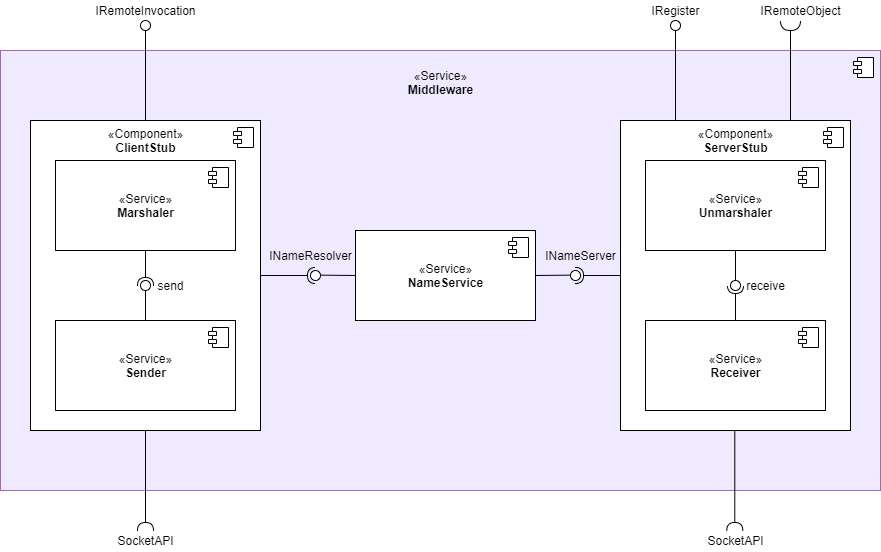
Above: Doku/images/Middleware_Ebene2.png in KjellooMelloo/gameoftrons (draw.io), before the change. Source tidied: cells renumbered, new cells last; positions are measured from the earlier drawing's top-left corner, leaving out a move shared by most shapes.
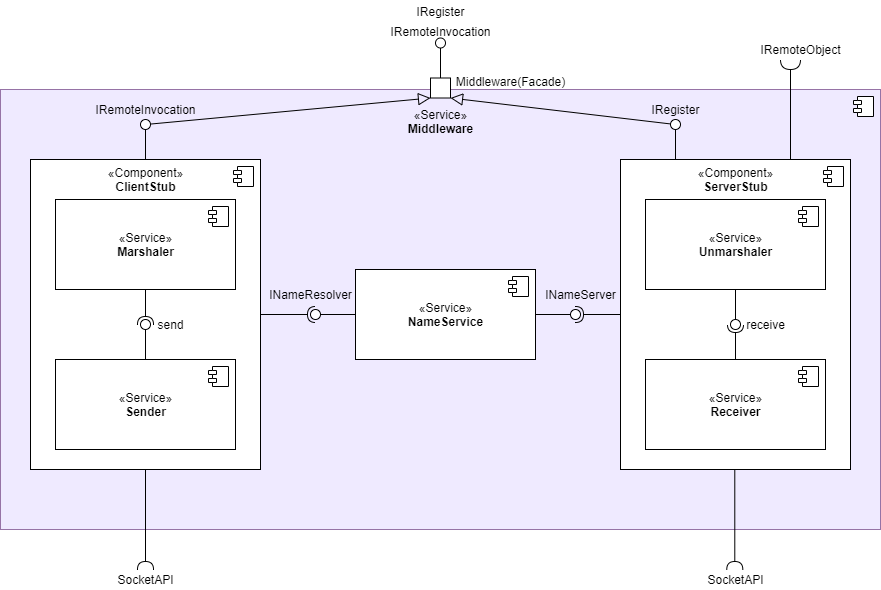
Later version of the same file.

Commit message:
added facade pattern to MW

What changed in the source:
```diff
@@ -58,110 +58,133 @@
         <mxPoint x="-27" y="7" as="offset" />
       </mxGeometry>
     </mxCell>
-    <mxCell id="16" style="ellipse;whiteSpace=wrap;html=1;fontFamily=Helvetica;fontSize=12;fontColor=#000000;align=center;strokeColor=#000000;fillColor=#ffffff;points=[];spacing=2;strokeWidth=1;" parent="1" vertex="1">
-      <mxGeometry x="140" y="20" width="10" height="10" as="geometry" />
+    <mxCell id="16" style="edgeStyle=none;rounded=0;jettySize=auto;html=1;entryX=0;entryY=1;entryDx=0;entryDy=0;endArrow=block;endFill=0;endSize=10;" parent="1" edge="1" source="17" target="50">
+      <mxGeometry relative="1" as="geometry" />
     </mxCell>
-    <mxCell id="17" style="rounded=0;jettySize=auto;html=1;endArrow=none;endFill=0;exitX=0.5;exitY=0;exitDx=0;exitDy=0;entryX=0.5;entryY=1;entryDx=0;entryDy=0;entryPerimeter=0;" parent="1" edge="1" source="6" target="16">
-      <mxGeometry relative="1" as="geometry" />
+    <mxCell id="17" style="ellipse;whiteSpace=wrap;html=1;fontFamily=Helvetica;fontSize=12;fontColor=#000000;align=center;strokeColor=#000000;fillColor=#ffffff;points=[];spacing=2;strokeWidth=1;" parent="1" vertex="1">
+      <mxGeometry x="140" y="80" width="10" height="10" as="geometry" />
     </mxCell>
-    <mxCell id="18" value="IRemoteInvocation" style="text;html=1;align=center;verticalAlign=middle;fontSize=12;" parent="1" vertex="1">
-      <mxGeometry x="85" width="120" height="20" as="geometry" />
+    <mxCell id="18" style="rounded=0;jettySize=auto;html=1;endArrow=none;endFill=0;exitX=0.5;exitY=0;exitDx=0;exitDy=0;entryX=0.5;entryY=1;entryDx=0;entryDy=0;entryPerimeter=0;" parent="1" edge="1" source="6" target="17">
+      <mxGeometry relative="1" as="geometry" />
     </mxCell>
-    <mxCell id="19" style="rounded=0;jettySize=auto;html=1;endArrow=none;endFill=0;fontSize=12;exitX=0.5;exitY=0;exitDx=0;exitDy=0;" parent="1" edge="1" source="12" target="21">
-      <mxGeometry relative="1" as="geometry" />
+    <mxCell id="19" value="IRemoteInvocation" style="text;html=1;align=center;verticalAlign=middle;fontSize=12;" parent="1" vertex="1">
+      <mxGeometry x="85" y="60" width="120" height="20" as="geometry" />
     </mxCell>
-    <mxCell id="20" style="rounded=0;jettySize=auto;html=1;endArrow=halfCircle;endFill=0;entryX=0.5;entryY=0.5;entryDx=0;entryDy=0;endSize=6;strokeWidth=1;fontSize=12;exitX=0.5;exitY=1;exitDx=0;exitDy=0;" parent="1" edge="1" source="8" target="21">
+    <mxCell id="20" style="rounded=0;jettySize=auto;html=1;endArrow=none;endFill=0;fontSize=12;exitX=0.5;exitY=0;exitDx=0;exitDy=0;" parent="1" edge="1" source="12" target="22">
       <mxGeometry relative="1" as="geometry" />
     </mxCell>
-    <mxCell id="21" style="ellipse;whiteSpace=wrap;html=1;fontFamily=Helvetica;fontSize=12;fontColor=#000000;align=center;strokeColor=#000000;fillColor=#ffffff;points=[];" parent="1" vertex="1">
-      <mxGeometry x="140" y="280" width="10" height="10" as="geometry" />
+    <mxCell id="21" style="rounded=0;jettySize=auto;html=1;endArrow=halfCircle;endFill=0;entryX=0.5;entryY=0.5;entryDx=0;entryDy=0;endSize=6;strokeWidth=1;fontSize=12;exitX=0.5;exitY=1;exitDx=0;exitDy=0;" parent="1" edge="1" source="8" target="22">
+      <mxGeometry relative="1" as="geometry" />
     </mxCell>
-    <mxCell id="22" value="send" style="text;html=1;align=center;verticalAlign=middle;points=[];fontSize=12;" parent="1" vertex="1">
-      <mxGeometry x="150" y="275" width="40" height="20" as="geometry" />
+    <mxCell id="22" style="ellipse;whiteSpace=wrap;html=1;fontFamily=Helvetica;fontSize=12;fontColor=#000000;align=center;strokeColor=#000000;fillColor=#ffffff;points=[];" parent="1" vertex="1">
+      <mxGeometry x="140" y="280" width="10" height="10" as="geometry" />
     </mxCell>
-    <mxCell id="23" style="rounded=0;jettySize=auto;html=1;endArrow=none;endFill=0;fontSize=12;exitX=0.5;exitY=1;exitDx=0;exitDy=0;" parent="1" edge="1" source="10" target="25">
-      <mxGeometry relative="1" as="geometry" />
+    <mxCell id="23" value="send" style="text;html=1;align=center;verticalAlign=middle;fontSize=12;" parent="1" vertex="1">
+      <mxGeometry x="150" y="275" width="40" height="20" as="geometry" />
     </mxCell>
-    <mxCell id="24" style="rounded=0;jettySize=auto;html=1;endArrow=halfCircle;endFill=0;entryX=0.5;entryY=0.5;entryDx=0;entryDy=0;endSize=6;strokeWidth=1;fontSize=12;exitX=0.5;exitY=0;exitDx=0;exitDy=0;" parent="1" edge="1" source="14" target="25">
+    <mxCell id="24" style="rounded=0;jettySize=auto;html=1;endArrow=none;endFill=0;fontSize=12;exitX=0.5;exitY=1;exitDx=0;exitDy=0;" parent="1" edge="1" source="10" target="26">
       <mxGeometry relative="1" as="geometry" />
     </mxCell>
-    <mxCell id="25" style="ellipse;whiteSpace=wrap;html=1;fontFamily=Helvetica;fontSize=12;fontColor=#000000;align=center;strokeColor=#000000;fillColor=#ffffff;points=[];" parent="1" vertex="1">
-      <mxGeometry x="730" y="280" width="10" height="10" as="geometry" />
+    <mxCell id="25" style="rounded=0;jettySize=auto;html=1;endArrow=halfCircle;endFill=0;entryX=0.5;entryY=0.5;entryDx=0;entryDy=0;endSize=6;strokeWidth=1;fontSize=12;exitX=0.5;exitY=0;exitDx=0;exitDy=0;" parent="1" edge="1" source="14" target="26">
+      <mxGeometry relative="1" as="geometry" />
     </mxCell>
-    <mxCell id="26" value="receive" style="text;html=1;align=center;verticalAlign=middle;points=[];fontSize=12;" parent="1" vertex="1">
-      <mxGeometry x="740" y="275" width="50" height="20" as="geometry" />
+    <mxCell id="26" style="ellipse;whiteSpace=wrap;html=1;fontFamily=Helvetica;fontSize=12;fontColor=#000000;align=center;strokeColor=#000000;fillColor=#ffffff;points=[];" parent="1" vertex="1">
+      <mxGeometry x="730" y="280" width="10" height="10" as="geometry" />
     </mxCell>
-    <mxCell id="27" style="rounded=0;jettySize=auto;html=1;endArrow=halfCircle;endFill=0;endSize=6;strokeWidth=1;fontSize=12;exitX=0.5;exitY=1;exitDx=0;exitDy=0;" parent="1" edge="1" source="6">
-      <mxGeometry relative="1" as="geometry">
-        <mxPoint x="145" y="530" as="targetPoint" />
-      </mxGeometry>
+    <mxCell id="27" value="receive" style="text;html=1;align=center;verticalAlign=middle;fontSize=12;" parent="1" vertex="1">
+      <mxGeometry x="740" y="275" width="50" height="20" as="geometry" />
     </mxCell>
-    <mxCell id="28" value="SocketAPI" style="text;html=1;align=center;verticalAlign=middle;fontSize=12;" parent="1" vertex="1">
-      <mxGeometry x="110" y="530" width="70" height="20" as="geometry" />
+    <mxCell id="28" style="rounded=0;jettySize=auto;html=1;endArrow=halfCircle;endFill=0;endSize=6;strokeWidth=1;fontSize=12;exitX=0.5;exitY=1;exitDx=0;exitDy=0;" parent="1" edge="1" source="6">
+      <mxGeometry relative="1" as="geometry">
+        <mxPoint x="145" y="530" as="targetPoint" />
+      </mxGeometry>
     </mxCell>
-    <mxCell id="29" value="IRegister" style="text;html=1;align=center;verticalAlign=middle;fontSize=12;" parent="1" vertex="1">
-      <mxGeometry x="645" width="60" height="20" as="geometry" />
+    <mxCell id="29" value="SocketAPI" style="text;html=1;align=center;verticalAlign=middle;fontSize=12;" parent="1" vertex="1">
+      <mxGeometry x="110" y="530" width="70" height="20" as="geometry" />
     </mxCell>
-    <mxCell id="30" style="rounded=0;jettySize=auto;html=1;endArrow=none;endFill=0;exitX=0.5;exitY=0;exitDx=0;exitDy=0;entryX=0.5;entryY=1;entryDx=0;entryDy=0;entryPerimeter=0;" parent="1" edge="1" target="31">
-      <mxGeometry relative="1" as="geometry">
-        <mxPoint x="675" y="120" as="sourcePoint" />
-      </mxGeometry>
+    <mxCell id="30" value="IRegister" style="text;html=1;align=center;verticalAlign=middle;fontSize=12;" parent="1" vertex="1">
+      <mxGeometry x="645" y="60" width="60" height="20" as="geometry" />
     </mxCell>
-    <mxCell id="31" style="ellipse;whiteSpace=wrap;html=1;fontFamily=Helvetica;fontSize=12;fontColor=#000000;align=center;strokeColor=#000000;fillColor=#ffffff;points=[];spacing=2;strokeWidth=1;" parent="1" vertex="1">
-      <mxGeometry x="670" y="20" width="10" height="10" as="geometry" />
+    <mxCell id="31" style="rounded=0;jettySize=auto;html=1;endArrow=none;endFill=0;exitX=0.5;exitY=0;exitDx=0;exitDy=0;entryX=0.5;entryY=1;entryDx=0;entryDy=0;entryPerimeter=0;" parent="1" edge="1" target="33">
+      <mxGeometry relative="1" as="geometry">
+        <mxPoint x="675" y="120" as="sourcePoint" />
+      </mxGeometry>
     </mxCell>
-    <mxCell id="32" value="IRemoteObject" style="text;html=1;align=center;verticalAlign=middle;fontSize=12;" parent="1" vertex="1">
-      <mxGeometry x="750" width="100" height="20" as="geometry" />
+    <mxCell id="32" style="edgeStyle=none;rounded=0;jettySize=auto;html=1;entryX=1;entryY=1;entryDx=0;entryDy=0;endArrow=block;endFill=0;endSize=10;" parent="1" edge="1" source="33" target="50">
+      <mxGeometry relative="1" as="geometry" />
     </mxCell>
-    <mxCell id="33" style="rounded=0;orthogonalLoop=1;jettySize=auto;html=1;endArrow=none;endFill=0;exitX=0.5;exitY=0;exitDx=0;exitDy=0;entryX=0.5;entryY=1;entryDx=0;entryDy=0;entryPerimeter=0;" parent="1" edge="1">
-      <mxGeometry relative="1" as="geometry">
-        <mxPoint x="790" y="120" as="sourcePoint" />
-        <mxPoint x="790" y="30" as="targetPoint" />
-      </mxGeometry>
+    <mxCell id="33" style="ellipse;whiteSpace=wrap;html=1;fontFamily=Helvetica;fontSize=12;fontColor=#000000;align=center;strokeColor=#000000;fillColor=#ffffff;points=[];spacing=2;strokeWidth=1;" parent="1" vertex="1">
+      <mxGeometry x="670" y="80" width="10" height="10" as="geometry" />
     </mxCell>
-    <mxCell id="34" style="shape=requiredInterface;html=1;verticalLabelPosition=bottom;strokeWidth=1;fontSize=12;rotation=90;" parent="1" vertex="1">
-      <mxGeometry x="785" y="15" width="10" height="20" as="geometry" />
+    <mxCell id="34" value="IRemoteObject" style="text;html=1;align=center;verticalAlign=middle;fontSize=12;" parent="1" vertex="1">
+      <mxGeometry x="750" width="100" height="20" as="geometry" />
     </mxCell>
-    <mxCell id="35" value="SocketAPI" style="text;html=1;align=center;verticalAlign=middle;fontSize=12;" parent="1" vertex="1">
-      <mxGeometry x="700" y="530" width="70" height="20" as="geometry" />
+    <mxCell id="35" style="rounded=0;orthogonalLoop=1;jettySize=auto;html=1;endArrow=none;endFill=0;exitX=0.5;exitY=0;exitDx=0;exitDy=0;entryX=0.5;entryY=1;entryDx=0;entryDy=0;entryPerimeter=0;" parent="1" edge="1">
+      <mxGeometry relative="1" as="geometry">
+        <mxPoint x="790" y="120" as="sourcePoint" />
+        <mxPoint x="790" y="30" as="targetPoint" />
+      </mxGeometry>
     </mxCell>
-    <mxCell id="36" value="«Service»&lt;br&gt;&lt;b&gt;NameService&lt;/b&gt;" style="html=1;" parent="1" vertex="1">
-      <mxGeometry x="355" y="230" width="180" height="90" as="geometry" />
+    <mxCell id="36" style="shape=requiredInterface;html=1;verticalLabelPosition=bottom;strokeWidth=1;fontSize=12;rotation=90;" parent="1" vertex="1">
+      <mxGeometry x="785" y="15" width="10" height="20" as="geometry" />
     </mxCell>
-    <mxCell id="37" style="shape=component;jettyWidth=8;jettyHeight=4;" parent="36" vertex="1">
-      <mxGeometry x="1" width="20" height="20" relative="1" as="geometry">
-        <mxPoint x="-27" y="7" as="offset" />
-      </mxGeometry>
+    <mxCell id="37" value="SocketAPI" style="text;html=1;align=center;verticalAlign=middle;fontSize=12;" parent="1" vertex="1">
+      <mxGeometry x="700" y="530" width="70" height="20" as="geometry" />
     </mxCell>
-    <mxCell id="38" style="rounded=0;jettySize=auto;html=1;endArrow=none;endFill=0;fontSize=20;exitX=0;exitY=0.5;exitDx=0;exitDy=0;strokeColor=#000000;" parent="1" edge="1" source="36" target="40">
-      <mxGeometry relative="1" as="geometry" />
+    <mxCell id="38" value="«Service»&lt;br&gt;&lt;b&gt;NameService&lt;/b&gt;" style="html=1;" parent="1" vertex="1">
+      <mxGeometry x="355" y="230" width="180" height="90" as="geometry" />
     </mxCell>
-    <mxCell id="39" style="rounded=0;jettySize=auto;html=1;endArrow=halfCircle;endFill=0;entryX=0.5;entryY=0.5;entryDx=0;entryDy=0;endSize=6;strokeWidth=1;fontSize=20;exitX=1;exitY=0.5;exitDx=0;exitDy=0;" parent="1" edge="1" source="6" target="40">
-      <mxGeometry relative="1" as="geometry" />
+    <mxCell id="39" style="shape=component;jettyWidth=8;jettyHeight=4;" parent="38" vertex="1">
+      <mxGeometry x="1" width="20" height="20" relative="1" as="geometry">
+        <mxPoint x="-27" y="7" as="offset" />
+      </mxGeometry>
     </mxCell>
-    <mxCell id="40" style="ellipse;whiteSpace=wrap;html=1;fontFamily=Helvetica;fontSize=12;fontColor=#000000;align=center;strokeColor=#000000;fillColor=#ffffff;points=[];" parent="1" vertex="1">
-      <mxGeometry x="310" y="270" width="10" height="10" as="geometry" />
+    <mxCell id="40" style="rounded=0;jettySize=auto;html=1;endArrow=none;endFill=0;fontSize=20;exitX=0;exitY=0.5;exitDx=0;exitDy=0;strokeColor=#000000;" parent="1" edge="1" source="38" target="42">
+      <mxGeometry relative="1" as="geometry" />
     </mxCell>
-    <mxCell id="41" value="&lt;font style=&quot;font-size: 12px&quot;&gt;INameResolver&lt;/font&gt;" style="text;html=1;align=center;verticalAlign=middle;fontSize=20;" parent="1" vertex="1">
-      <mxGeometry x="260" y="237" width="100" height="30" as="geometry" />
+    <mxCell id="41" style="rounded=0;jettySize=auto;html=1;endArrow=halfCircle;endFill=0;entryX=0.5;entryY=0.5;entryDx=0;entryDy=0;endSize=6;strokeWidth=1;fontSize=20;exitX=1;exitY=0.5;exitDx=0;exitDy=0;" parent="1" edge="1" source="6" target="42">
+      <mxGeometry relative="1" as="geometry" />
     </mxCell>
-    <mxCell id="42" style="rounded=0;jettySize=auto;html=1;endArrow=none;endFill=0;fontSize=20;exitX=1;exitY=0.5;exitDx=0;exitDy=0;strokeColor=#000000;" parent="1" edge="1" source="36" target="44">
-      <mxGeometry relative="1" as="geometry" />
+    <mxCell id="42" style="ellipse;whiteSpace=wrap;html=1;fontFamily=Helvetica;fontSize=12;fontColor=#000000;align=center;strokeColor=#000000;fillColor=#ffffff;points=[];" parent="1" vertex="1">
+      <mxGeometry x="310" y="270" width="10" height="10" as="geometry" />
     </mxCell>
-    <mxCell id="43" style="rounded=0;jettySize=auto;html=1;endArrow=halfCircle;endFill=0;entryX=0.5;entryY=0.5;entryDx=0;entryDy=0;endSize=6;strokeWidth=1;fontSize=20;exitX=0;exitY=0.5;exitDx=0;exitDy=0;" parent="1" edge="1" source="4" target="44">
-      <mxGeometry relative="1" as="geometry" />
+    <mxCell id="43" value="&lt;font style=&quot;font-size: 12px&quot;&gt;INameResolver&lt;/font&gt;" style="text;html=1;align=center;verticalAlign=middle;fontSize=20;" parent="1" vertex="1">
+      <mxGeometry x="260" y="237" width="100" height="30" as="geometry" />
     </mxCell>
-    <mxCell id="44" style="ellipse;whiteSpace=wrap;html=1;fontFamily=Helvetica;fontSize=12;fontColor=#000000;align=center;strokeColor=#000000;fillColor=#ffffff;points=[];" parent="1" vertex="1">
-      <mxGeometry x="570" y="270" width="10" height="10" as="geometry" />
+    <mxCell id="44" style="rounded=0;jettySize=auto;html=1;endArrow=none;endFill=0;fontSize=20;exitX=1;exitY=0.5;exitDx=0;exitDy=0;strokeColor=#000000;" parent="1" edge="1" source="38" target="46">
+      <mxGeometry relative="1" as="geometry" />
     </mxCell>
-    <mxCell id="45" value="&lt;font style=&quot;font-size: 12px&quot;&gt;INameServer&lt;/font&gt;" style="text;html=1;align=center;verticalAlign=middle;fontSize=20;" parent="1" vertex="1">
-      <mxGeometry x="535" y="237" width="90" height="30" as="geometry" />
+    <mxCell id="45" style="rounded=0;jettySize=auto;html=1;endArrow=halfCircle;endFill=0;entryX=0.5;entryY=0.5;entryDx=0;entryDy=0;endSize=6;strokeWidth=1;fontSize=20;exitX=0;exitY=0.5;exitDx=0;exitDy=0;" parent="1" edge="1" source="4" target="46">
+      <mxGeometry relative="1" as="geometry" />
     </mxCell>
-    <mxCell id="46" style="rounded=0;orthogonalLoop=1;jettySize=auto;html=1;endArrow=halfCircle;endFill=0;endSize=6;strokeWidth=1;fontSize=12;exitX=0.5;exitY=1;exitDx=0;exitDy=0;" parent="1" edge="1">
-      <mxGeometry relative="1" as="geometry">
-        <mxPoint x="734.3" y="430" as="sourcePoint" />
-        <mxPoint x="734.3" y="530" as="targetPoint" />
-      </mxGeometry>
+    <mxCell id="46" style="ellipse;whiteSpace=wrap;html=1;fontFamily=Helvetica;fontSize=12;fontColor=#000000;align=center;strokeColor=#000000;fillColor=#ffffff;points=[];" parent="1" vertex="1">
+      <mxGeometry x="570" y="270" width="10" height="10" as="geometry" />
     </mxCell>
+    <mxCell id="47" value="&lt;font style=&quot;font-size: 12px&quot;&gt;INameServer&lt;/font&gt;" style="text;html=1;align=center;verticalAlign=middle;fontSize=20;" parent="1" vertex="1">
+      <mxGeometry x="535" y="237" width="90" height="30" as="geometry" />
+    </mxCell>
+    <mxCell id="48" style="rounded=0;orthogonalLoop=1;jettySize=auto;html=1;endArrow=halfCircle;endFill=0;endSize=6;strokeWidth=1;fontSize=12;exitX=0.5;exitY=1;exitDx=0;exitDy=0;" parent="1" edge="1">
+      <mxGeometry relative="1" as="geometry">
+        <mxPoint x="734.3" y="430" as="sourcePoint" />
+        <mxPoint x="734.3" y="530" as="targetPoint" />
+      </mxGeometry>
+    </mxCell>
+    <mxCell id="49" style="edgeStyle=orthogonalEdgeStyle;rounded=0;jettySize=auto;html=1;endArrow=oval;endFill=0;endSize=10;" parent="1" edge="1" source="50">
+      <mxGeometry relative="1" as="geometry">
+        <mxPoint x="440" y="3.5" as="targetPoint" />
+      </mxGeometry>
+    </mxCell>
+    <mxCell id="50" style="rounded=0;whiteSpace=wrap;html=1;strokeColor=#000000;align=center;" parent="1" vertex="1">
+      <mxGeometry x="430" y="38.5" width="20" height="20" as="geometry" />
+    </mxCell>
+    <mxCell id="51" value="Middleware(Facade)" style="text;html=1;align=center;verticalAlign=middle;" parent="1" vertex="1">
+      <mxGeometry x="450" y="31.5" width="120" height="20" as="geometry" />
+    </mxCell>
+    <mxCell id="52" value="IRemoteInvocation" style="text;html=1;align=center;verticalAlign=middle;fontSize=12;" parent="1" vertex="1">
+      <mxGeometry x="380" y="-18.5" width="120" height="20" as="geometry" />
+    </mxCell>
+    <mxCell id="53" value="IRegister" style="text;html=1;align=center;verticalAlign=middle;fontSize=12;" parent="1" vertex="1">
+      <mxGeometry x="410" y="-38.5" width="60" height="20" as="geometry" />
+    </mxCell>
   </root>
 </mxGraphModel>
```
